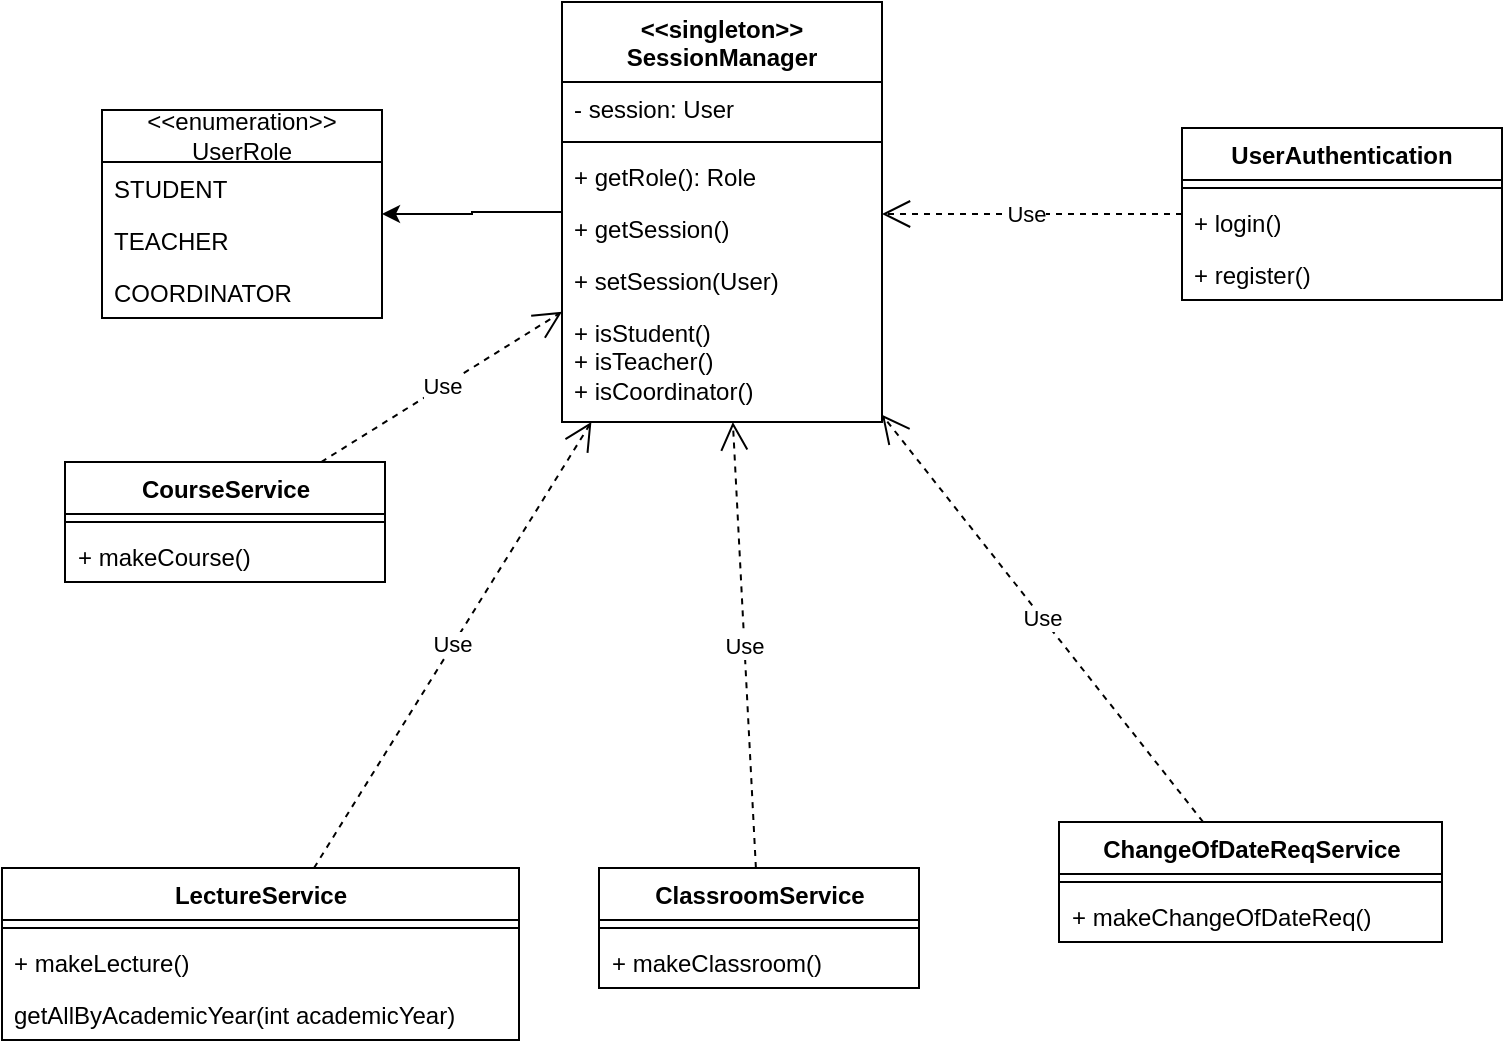
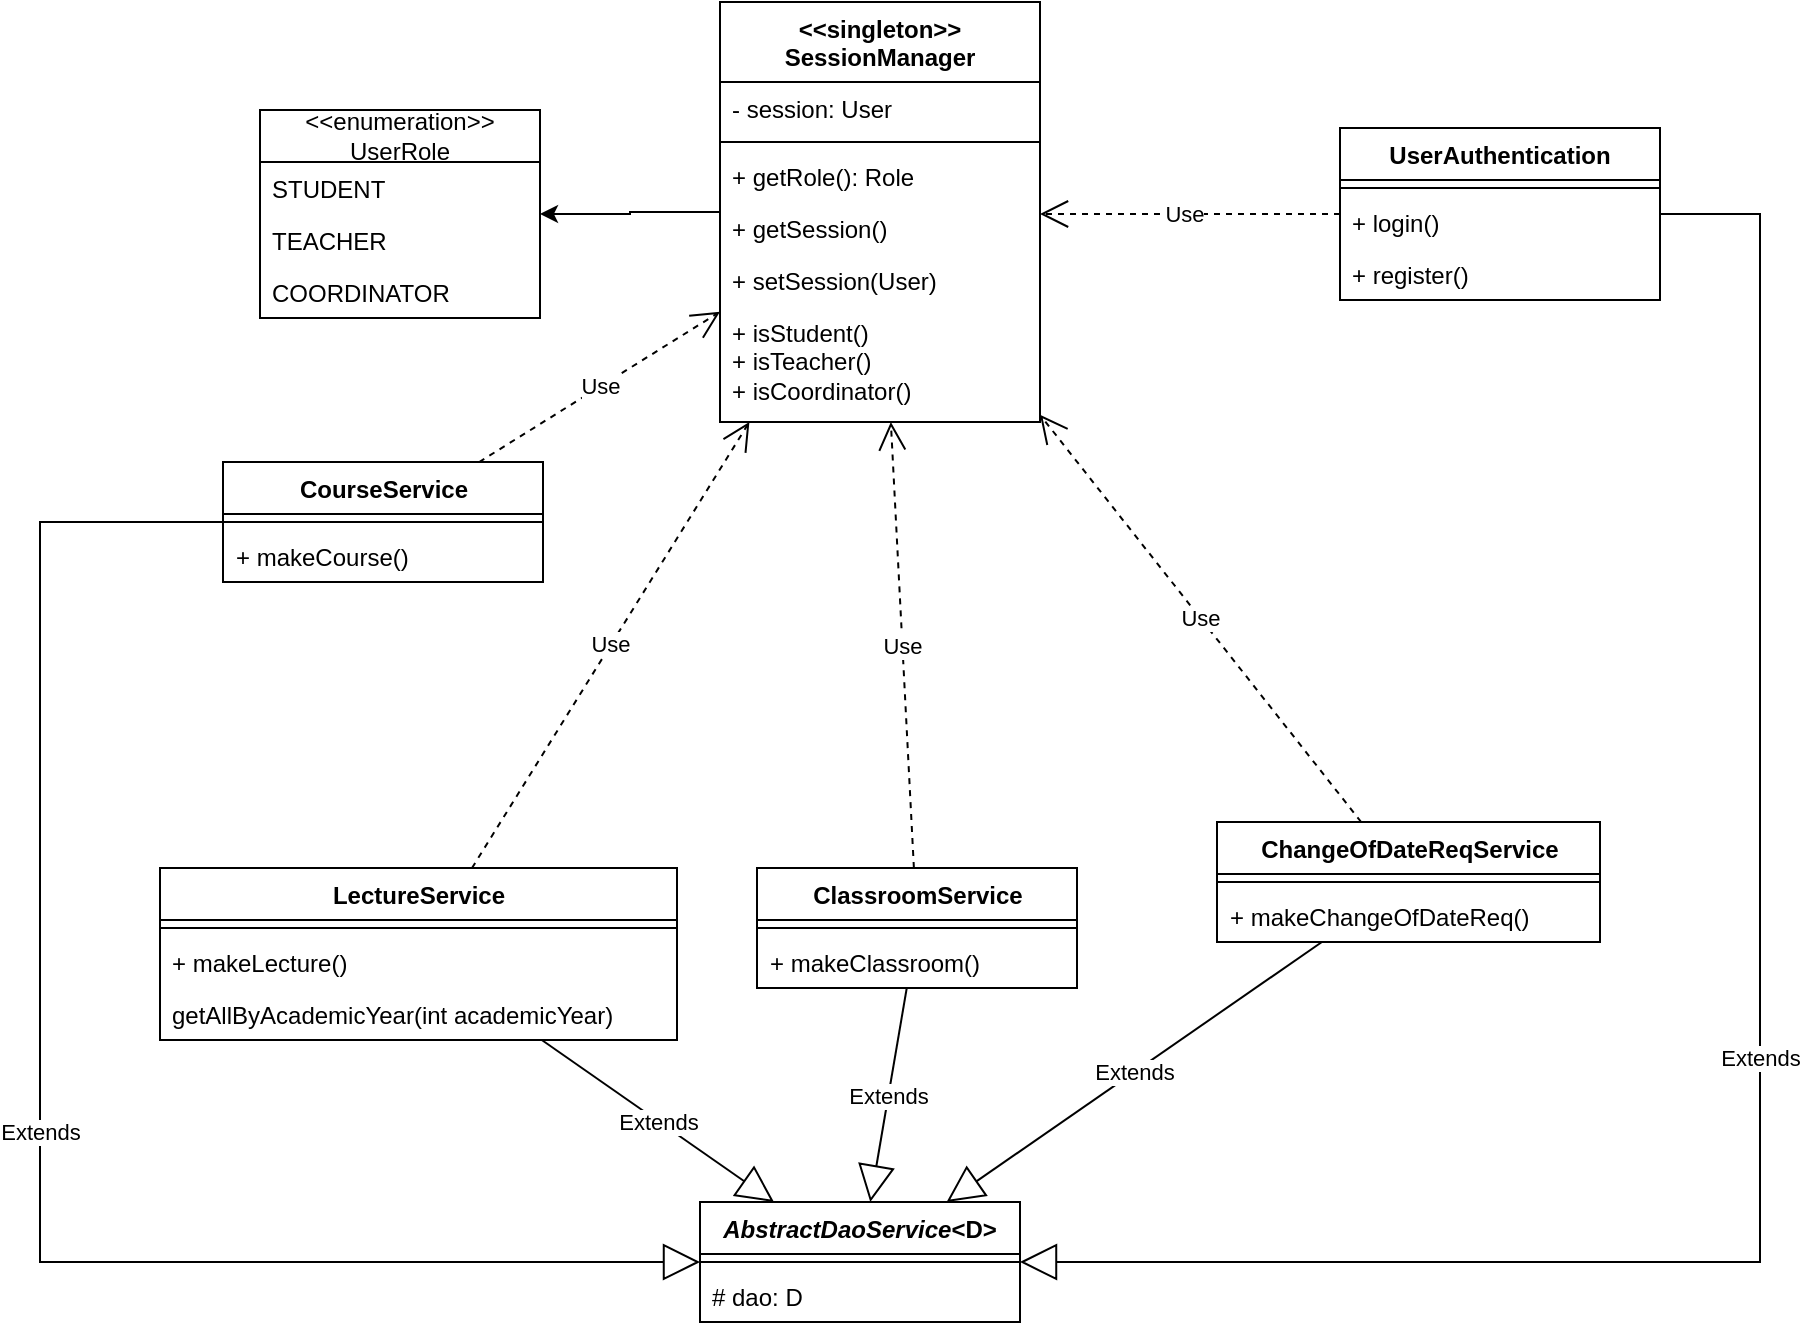
<mxfile host="app.diagrams.net" agent="5.0 (Macintosh; Intel Mac OS X 10_15_7) AppleWebKit/537.36 (KHTML, like Gecko) Chrome/109.0.0.0 Safari/537.36">
  <diagram name="Page-1" id="2YBvvXClWsGukQMizWep">
-     <mxGraphModel dx="1653" dy="1880" grid="1" gridSize="10" guides="1" tooltips="1" connect="1" arrows="1" fold="1" page="1" pageScale="1" pageWidth="850" pageHeight="1100" math="0" shadow="0">
+     <mxGraphModel dx="2321" dy="1924" grid="1" gridSize="10" guides="1" tooltips="1" connect="1" arrows="1" fold="1" page="1" pageScale="1" pageWidth="850" pageHeight="1100" math="0" shadow="0">
      <root>
        <mxCell id="0" />
        <mxCell id="1" parent="0" />
        <mxCell id="c3OOQRYHgm3irvs4XgnJ-5" parent="1" style="swimlane;fontStyle=1;align=center;verticalAlign=top;childLayout=stackLayout;horizontal=1;startSize=26;horizontalStack=0;resizeParent=1;resizeParentMax=0;resizeLast=0;collapsible=1;marginBottom=0;whiteSpace=wrap;html=1;" value="ClassroomService" vertex="1">
          <mxGeometry height="60" width="160" x="308.5" y="303" as="geometry" />
        </mxCell>
        <mxCell id="c3OOQRYHgm3irvs4XgnJ-7" parent="c3OOQRYHgm3irvs4XgnJ-5" style="line;strokeWidth=1;fillColor=none;align=left;verticalAlign=middle;spacingTop=-1;spacingLeft=3;spacingRight=3;rotatable=0;labelPosition=right;points=[];portConstraint=eastwest;strokeColor=inherit;" value="" vertex="1">
          <mxGeometry height="8" width="160" y="26" as="geometry" />
        </mxCell>
        <mxCell id="c3OOQRYHgm3irvs4XgnJ-8" parent="c3OOQRYHgm3irvs4XgnJ-5" style="text;strokeColor=none;fillColor=none;align=left;verticalAlign=top;spacingLeft=4;spacingRight=4;overflow=hidden;rotatable=0;points=[[0,0.5],[1,0.5]];portConstraint=eastwest;whiteSpace=wrap;html=1;" value="+ makeClassroom()" vertex="1">
          <mxGeometry height="26" width="160" y="34" as="geometry" />
        </mxCell>
        <mxCell id="c3OOQRYHgm3irvs4XgnJ-13" parent="1" style="swimlane;fontStyle=1;align=center;verticalAlign=top;childLayout=stackLayout;horizontal=1;startSize=26;horizontalStack=0;resizeParent=1;resizeParentMax=0;resizeLast=0;collapsible=1;marginBottom=0;whiteSpace=wrap;html=1;" value="LectureService" vertex="1">
          <mxGeometry height="86" width="258.5" x="10" y="303" as="geometry" />
        </mxCell>
        <mxCell id="c3OOQRYHgm3irvs4XgnJ-15" parent="c3OOQRYHgm3irvs4XgnJ-13" style="line;strokeWidth=1;fillColor=none;align=left;verticalAlign=middle;spacingTop=-1;spacingLeft=3;spacingRight=3;rotatable=0;labelPosition=right;points=[];portConstraint=eastwest;strokeColor=inherit;" value="" vertex="1">
          <mxGeometry height="8" width="258.5" y="26" as="geometry" />
        </mxCell>
        <mxCell id="c3OOQRYHgm3irvs4XgnJ-16" parent="c3OOQRYHgm3irvs4XgnJ-13" style="text;strokeColor=none;fillColor=none;align=left;verticalAlign=top;spacingLeft=4;spacingRight=4;overflow=hidden;rotatable=0;points=[[0,0.5],[1,0.5]];portConstraint=eastwest;whiteSpace=wrap;html=1;" value="+ makeLecture()" vertex="1">
          <mxGeometry height="26" width="258.5" y="34" as="geometry" />
        </mxCell>
        <mxCell id="OPMdSsy4m8qeCp2Xcq0j-1" parent="c3OOQRYHgm3irvs4XgnJ-13" style="text;strokeColor=none;fillColor=none;align=left;verticalAlign=top;spacingLeft=4;spacingRight=4;overflow=hidden;rotatable=0;points=[[0,0.5],[1,0.5]];portConstraint=eastwest;whiteSpace=wrap;html=1;" value="getAllByAcademicYear(int academicYear)" vertex="1">
          <mxGeometry height="26" width="258.5" y="60" as="geometry" />
        </mxCell>
        <mxCell id="c3OOQRYHgm3irvs4XgnJ-17" parent="1" style="swimlane;fontStyle=1;align=center;verticalAlign=top;childLayout=stackLayout;horizontal=1;startSize=26;horizontalStack=0;resizeParent=1;resizeParentMax=0;resizeLast=0;collapsible=1;marginBottom=0;whiteSpace=wrap;html=1;" value="CourseService" vertex="1">
          <mxGeometry height="60" width="160" x="41.5" y="100" as="geometry" />
        </mxCell>
        <mxCell id="c3OOQRYHgm3irvs4XgnJ-19" parent="c3OOQRYHgm3irvs4XgnJ-17" style="line;strokeWidth=1;fillColor=none;align=left;verticalAlign=middle;spacingTop=-1;spacingLeft=3;spacingRight=3;rotatable=0;labelPosition=right;points=[];portConstraint=eastwest;strokeColor=inherit;" value="" vertex="1">
          <mxGeometry height="8" width="160" y="26" as="geometry" />
        </mxCell>
        <mxCell id="c3OOQRYHgm3irvs4XgnJ-20" parent="c3OOQRYHgm3irvs4XgnJ-17" style="text;strokeColor=none;fillColor=none;align=left;verticalAlign=top;spacingLeft=4;spacingRight=4;overflow=hidden;rotatable=0;points=[[0,0.5],[1,0.5]];portConstraint=eastwest;whiteSpace=wrap;html=1;" value="+ makeCourse()" vertex="1">
          <mxGeometry height="26" width="160" y="34" as="geometry" />
        </mxCell>
        <mxCell id="c3OOQRYHgm3irvs4XgnJ-31" parent="1" style="swimlane;fontStyle=1;align=center;verticalAlign=top;childLayout=stackLayout;horizontal=1;startSize=26;horizontalStack=0;resizeParent=1;resizeParentMax=0;resizeLast=0;collapsible=1;marginBottom=0;whiteSpace=wrap;html=1;" value="ChangeOfDateReqService" vertex="1">
          <mxGeometry height="60" width="191.5" x="538.5" y="280" as="geometry" />
        </mxCell>
        <mxCell id="c3OOQRYHgm3irvs4XgnJ-33" parent="c3OOQRYHgm3irvs4XgnJ-31" style="line;strokeWidth=1;fillColor=none;align=left;verticalAlign=middle;spacingTop=-1;spacingLeft=3;spacingRight=3;rotatable=0;labelPosition=right;points=[];portConstraint=eastwest;strokeColor=inherit;" value="" vertex="1">
          <mxGeometry height="8" width="191.5" y="26" as="geometry" />
        </mxCell>
        <mxCell id="c3OOQRYHgm3irvs4XgnJ-34" parent="c3OOQRYHgm3irvs4XgnJ-31" style="text;strokeColor=none;fillColor=none;align=left;verticalAlign=top;spacingLeft=4;spacingRight=4;overflow=hidden;rotatable=0;points=[[0,0.5],[1,0.5]];portConstraint=eastwest;whiteSpace=wrap;html=1;" value="+ makeChangeOfDateReq()" vertex="1">
          <mxGeometry height="26" width="191.5" y="34" as="geometry" />
        </mxCell>
        <mxCell id="c3OOQRYHgm3irvs4XgnJ-87" edge="1" parent="1" source="c3OOQRYHgm3irvs4XgnJ-60" style="edgeStyle=orthogonalEdgeStyle;rounded=0;orthogonalLoop=1;jettySize=auto;html=1;" target="c3OOQRYHgm3irvs4XgnJ-83">
          <mxGeometry relative="1" as="geometry" />
        </mxCell>
        <mxCell id="c3OOQRYHgm3irvs4XgnJ-60" parent="1" style="swimlane;fontStyle=1;align=center;verticalAlign=top;childLayout=stackLayout;horizontal=1;startSize=40;horizontalStack=0;resizeParent=1;resizeParentMax=0;resizeLast=0;collapsible=1;marginBottom=0;whiteSpace=wrap;html=1;" value="&lt;div&gt;&amp;lt;&amp;lt;singleton&amp;gt;&amp;gt;&lt;/div&gt;&lt;div&gt;SessionManager&lt;/div&gt;" vertex="1">
          <mxGeometry height="210" width="160" x="290" y="-130" as="geometry" />
        </mxCell>
        <mxCell id="c3OOQRYHgm3irvs4XgnJ-61" parent="c3OOQRYHgm3irvs4XgnJ-60" style="text;strokeColor=none;fillColor=none;align=left;verticalAlign=top;spacingLeft=4;spacingRight=4;overflow=hidden;rotatable=0;points=[[0,0.5],[1,0.5]];portConstraint=eastwest;whiteSpace=wrap;html=1;" value="- session: User" vertex="1">
          <mxGeometry height="26" width="160" y="40" as="geometry" />
        </mxCell>
        <mxCell id="c3OOQRYHgm3irvs4XgnJ-62" parent="c3OOQRYHgm3irvs4XgnJ-60" style="line;strokeWidth=1;fillColor=none;align=left;verticalAlign=middle;spacingTop=-1;spacingLeft=3;spacingRight=3;rotatable=0;labelPosition=right;points=[];portConstraint=eastwest;strokeColor=inherit;" value="" vertex="1">
          <mxGeometry height="8" width="160" y="66" as="geometry" />
        </mxCell>
        <mxCell id="c3OOQRYHgm3irvs4XgnJ-82" parent="c3OOQRYHgm3irvs4XgnJ-60" style="text;strokeColor=none;fillColor=none;align=left;verticalAlign=top;spacingLeft=4;spacingRight=4;overflow=hidden;rotatable=0;points=[[0,0.5],[1,0.5]];portConstraint=eastwest;whiteSpace=wrap;html=1;" value="+ getRole(): Role" vertex="1">
          <mxGeometry height="26" width="160" y="74" as="geometry" />
        </mxCell>
        <mxCell id="c3OOQRYHgm3irvs4XgnJ-63" parent="c3OOQRYHgm3irvs4XgnJ-60" style="text;strokeColor=none;fillColor=none;align=left;verticalAlign=top;spacingLeft=4;spacingRight=4;overflow=hidden;rotatable=0;points=[[0,0.5],[1,0.5]];portConstraint=eastwest;whiteSpace=wrap;html=1;" value="+ getSession()" vertex="1">
          <mxGeometry height="26" width="160" y="100" as="geometry" />
        </mxCell>
        <mxCell id="c3OOQRYHgm3irvs4XgnJ-78" parent="c3OOQRYHgm3irvs4XgnJ-60" style="text;strokeColor=none;fillColor=none;align=left;verticalAlign=top;spacingLeft=4;spacingRight=4;overflow=hidden;rotatable=0;points=[[0,0.5],[1,0.5]];portConstraint=eastwest;whiteSpace=wrap;html=1;" value="+ setSession(User)" vertex="1">
          <mxGeometry height="26" width="160" y="126" as="geometry" />
        </mxCell>
        <mxCell id="3TMem2JVMShr2a-YbWjl-6" parent="c3OOQRYHgm3irvs4XgnJ-60" style="text;strokeColor=none;fillColor=none;align=left;verticalAlign=top;spacingLeft=4;spacingRight=4;overflow=hidden;rotatable=0;points=[[0,0.5],[1,0.5]];portConstraint=eastwest;whiteSpace=wrap;html=1;" value="&lt;div&gt;+ isStudent()&lt;/div&gt;&lt;div&gt;+ isTeacher()&lt;/div&gt;&lt;div&gt;+ isCoordinator()&lt;/div&gt;" vertex="1">
          <mxGeometry height="58" width="160" y="152" as="geometry" />
        </mxCell>
        <mxCell id="c3OOQRYHgm3irvs4XgnJ-71" parent="1" style="swimlane;fontStyle=1;align=center;verticalAlign=top;childLayout=stackLayout;horizontal=1;startSize=26;horizontalStack=0;resizeParent=1;resizeParentMax=0;resizeLast=0;collapsible=1;marginBottom=0;whiteSpace=wrap;html=1;" value="UserAuthentication" vertex="1">
          <mxGeometry height="86" width="160" x="600" y="-67" as="geometry" />
        </mxCell>
        <mxCell id="c3OOQRYHgm3irvs4XgnJ-73" parent="c3OOQRYHgm3irvs4XgnJ-71" style="line;strokeWidth=1;fillColor=none;align=left;verticalAlign=middle;spacingTop=-1;spacingLeft=3;spacingRight=3;rotatable=0;labelPosition=right;points=[];portConstraint=eastwest;strokeColor=inherit;" value="" vertex="1">
          <mxGeometry height="8" width="160" y="26" as="geometry" />
        </mxCell>
        <mxCell id="c3OOQRYHgm3irvs4XgnJ-91" parent="c3OOQRYHgm3irvs4XgnJ-71" style="text;strokeColor=none;fillColor=none;align=left;verticalAlign=top;spacingLeft=4;spacingRight=4;overflow=hidden;rotatable=0;points=[[0,0.5],[1,0.5]];portConstraint=eastwest;whiteSpace=wrap;html=1;" value="+ login()" vertex="1">
          <mxGeometry height="26" width="160" y="34" as="geometry" />
        </mxCell>
        <mxCell id="c3OOQRYHgm3irvs4XgnJ-74" parent="c3OOQRYHgm3irvs4XgnJ-71" style="text;strokeColor=none;fillColor=none;align=left;verticalAlign=top;spacingLeft=4;spacingRight=4;overflow=hidden;rotatable=0;points=[[0,0.5],[1,0.5]];portConstraint=eastwest;whiteSpace=wrap;html=1;" value="+ register()" vertex="1">
          <mxGeometry height="26" width="160" y="60" as="geometry" />
        </mxCell>
        <mxCell id="c3OOQRYHgm3irvs4XgnJ-79" edge="1" parent="1" source="c3OOQRYHgm3irvs4XgnJ-71" style="endArrow=open;endSize=12;dashed=1;html=1;rounded=0;edgeStyle=orthogonalEdgeStyle;" target="c3OOQRYHgm3irvs4XgnJ-60" value="Use">
          <mxGeometry relative="1" width="160" x="0.0419" as="geometry">
            <mxPoint as="offset" />
            <Array as="points">
              <mxPoint x="640" y="-24" />
            </Array>
            <mxPoint x="470" y="170" as="sourcePoint" />
            <mxPoint x="630" y="170" as="targetPoint" />
          </mxGeometry>
        </mxCell>
        <mxCell id="c3OOQRYHgm3irvs4XgnJ-83" parent="1" style="swimlane;fontStyle=0;childLayout=stackLayout;horizontal=1;startSize=26;fillColor=none;horizontalStack=0;resizeParent=1;resizeParentMax=0;resizeLast=0;collapsible=1;marginBottom=0;whiteSpace=wrap;html=1;" value="&lt;div&gt;&amp;lt;&amp;lt;enumeration&amp;gt;&amp;gt;&lt;/div&gt;&lt;div&gt;UserRole&lt;/div&gt;" vertex="1">
          <mxGeometry height="104" width="140" x="60" y="-76" as="geometry" />
        </mxCell>
        <mxCell id="c3OOQRYHgm3irvs4XgnJ-84" parent="c3OOQRYHgm3irvs4XgnJ-83" style="text;strokeColor=none;fillColor=none;align=left;verticalAlign=top;spacingLeft=4;spacingRight=4;overflow=hidden;rotatable=0;points=[[0,0.5],[1,0.5]];portConstraint=eastwest;whiteSpace=wrap;html=1;" value="STUDENT" vertex="1">
          <mxGeometry height="26" width="140" y="26" as="geometry" />
        </mxCell>
        <mxCell id="c3OOQRYHgm3irvs4XgnJ-85" parent="c3OOQRYHgm3irvs4XgnJ-83" style="text;strokeColor=none;fillColor=none;align=left;verticalAlign=top;spacingLeft=4;spacingRight=4;overflow=hidden;rotatable=0;points=[[0,0.5],[1,0.5]];portConstraint=eastwest;whiteSpace=wrap;html=1;" value="TEACHER" vertex="1">
          <mxGeometry height="26" width="140" y="52" as="geometry" />
        </mxCell>
        <mxCell id="c3OOQRYHgm3irvs4XgnJ-86" parent="c3OOQRYHgm3irvs4XgnJ-83" style="text;strokeColor=none;fillColor=none;align=left;verticalAlign=top;spacingLeft=4;spacingRight=4;overflow=hidden;rotatable=0;points=[[0,0.5],[1,0.5]];portConstraint=eastwest;whiteSpace=wrap;html=1;" value="COORDINATOR" vertex="1">
          <mxGeometry height="26" width="140" y="78" as="geometry" />
        </mxCell>
        <mxCell id="3TMem2JVMShr2a-YbWjl-2" edge="1" parent="1" source="c3OOQRYHgm3irvs4XgnJ-5" style="endArrow=open;endSize=12;dashed=1;html=1;rounded=0;" target="c3OOQRYHgm3irvs4XgnJ-60" value="Use">
          <mxGeometry relative="1" width="160" as="geometry">
            <mxPoint x="770" y="250" as="sourcePoint" />
            <mxPoint x="930" y="250" as="targetPoint" />
          </mxGeometry>
        </mxCell>
        <mxCell id="3TMem2JVMShr2a-YbWjl-3" edge="1" parent="1" source="c3OOQRYHgm3irvs4XgnJ-31" style="endArrow=open;endSize=12;dashed=1;html=1;rounded=0;" target="c3OOQRYHgm3irvs4XgnJ-60" value="Use">
          <mxGeometry relative="1" width="160" as="geometry">
            <mxPoint x="623" y="371" as="sourcePoint" />
            <mxPoint x="610" y="120" as="targetPoint" />
          </mxGeometry>
        </mxCell>
        <mxCell id="3TMem2JVMShr2a-YbWjl-4" edge="1" parent="1" source="c3OOQRYHgm3irvs4XgnJ-17" style="endArrow=open;endSize=12;dashed=1;html=1;rounded=0;" target="c3OOQRYHgm3irvs4XgnJ-60" value="Use">
          <mxGeometry relative="1" width="160" as="geometry">
            <mxPoint x="954" y="438" as="sourcePoint" />
            <mxPoint x="790" y="210" as="targetPoint" />
          </mxGeometry>
        </mxCell>
        <mxCell id="3TMem2JVMShr2a-YbWjl-5" edge="1" parent="1" source="c3OOQRYHgm3irvs4XgnJ-13" style="endArrow=open;endSize=12;dashed=1;html=1;rounded=0;" target="c3OOQRYHgm3irvs4XgnJ-60" value="Use">
          <mxGeometry relative="1" width="160" as="geometry">
            <mxPoint x="370" y="198" as="sourcePoint" />
            <mxPoint x="502" y="90" as="targetPoint" />
          </mxGeometry>
        </mxCell>
+         <mxCell id="-WEIC0djAgPYQW1XVo1U-1" parent="1" style="swimlane;fontStyle=1;align=center;verticalAlign=top;childLayout=stackLayout;horizontal=1;startSize=26;horizontalStack=0;resizeParent=1;resizeParentMax=0;resizeLast=0;collapsible=1;marginBottom=0;whiteSpace=wrap;html=1;" value="&lt;i&gt;AbstractDaoService&lt;/i&gt;&amp;lt;D&amp;gt;" vertex="1">
+           <mxGeometry height="60" width="160" x="280" y="470" as="geometry" />
+         </mxCell>
+         <mxCell id="-WEIC0djAgPYQW1XVo1U-2" parent="-WEIC0djAgPYQW1XVo1U-1" style="line;strokeWidth=1;fillColor=none;align=left;verticalAlign=middle;spacingTop=-1;spacingLeft=3;spacingRight=3;rotatable=0;labelPosition=right;points=[];portConstraint=eastwest;strokeColor=inherit;" value="" vertex="1">
+           <mxGeometry height="8" width="160" y="26" as="geometry" />
+         </mxCell>
+         <mxCell id="-WEIC0djAgPYQW1XVo1U-3" parent="-WEIC0djAgPYQW1XVo1U-1" style="text;strokeColor=none;fillColor=none;align=left;verticalAlign=top;spacingLeft=4;spacingRight=4;overflow=hidden;rotatable=0;points=[[0,0.5],[1,0.5]];portConstraint=eastwest;whiteSpace=wrap;html=1;" value="# dao: D" vertex="1">
+           <mxGeometry height="26" width="160" y="34" as="geometry" />
+         </mxCell>
+         <mxCell id="-WEIC0djAgPYQW1XVo1U-5" edge="1" parent="1" source="c3OOQRYHgm3irvs4XgnJ-13" style="endArrow=block;endSize=16;endFill=0;html=1;rounded=0;" target="-WEIC0djAgPYQW1XVo1U-1" value="Extends">
+           <mxGeometry relative="1" width="160" as="geometry">
+             <mxPoint x="340" y="270" as="sourcePoint" />
+             <mxPoint x="500" y="270" as="targetPoint" />
+           </mxGeometry>
+         </mxCell>
+         <mxCell id="-WEIC0djAgPYQW1XVo1U-6" edge="1" parent="1" source="c3OOQRYHgm3irvs4XgnJ-71" style="endArrow=block;endSize=16;endFill=0;html=1;rounded=0;edgeStyle=orthogonalEdgeStyle;" target="-WEIC0djAgPYQW1XVo1U-1" value="Extends">
+           <mxGeometry relative="1" width="160" as="geometry">
+             <Array as="points">
+               <mxPoint x="810" y="-24" />
+               <mxPoint x="810" y="500" />
+             </Array>
+             <mxPoint x="580" y="420" as="sourcePoint" />
+             <mxPoint x="696" y="501" as="targetPoint" />
+           </mxGeometry>
+         </mxCell>
+         <mxCell id="-WEIC0djAgPYQW1XVo1U-7" edge="1" parent="1" source="c3OOQRYHgm3irvs4XgnJ-31" style="endArrow=block;endSize=16;endFill=0;html=1;rounded=0;" target="-WEIC0djAgPYQW1XVo1U-1" value="Extends">
+           <mxGeometry relative="1" width="160" as="geometry">
+             <mxPoint x="430" y="450" as="sourcePoint" />
+             <mxPoint x="546" y="531" as="targetPoint" />
+           </mxGeometry>
+         </mxCell>
+         <mxCell id="-WEIC0djAgPYQW1XVo1U-8" edge="1" parent="1" source="c3OOQRYHgm3irvs4XgnJ-5" style="endArrow=block;endSize=16;endFill=0;html=1;rounded=0;" target="-WEIC0djAgPYQW1XVo1U-1" value="Extends">
+           <mxGeometry relative="1" width="160" as="geometry">
+             <mxPoint x="320" y="440" as="sourcePoint" />
+             <mxPoint x="436" y="521" as="targetPoint" />
+           </mxGeometry>
+         </mxCell>
+         <mxCell id="-WEIC0djAgPYQW1XVo1U-9" edge="1" parent="1" source="c3OOQRYHgm3irvs4XgnJ-17" style="endArrow=block;endSize=16;endFill=0;html=1;rounded=0;edgeStyle=orthogonalEdgeStyle;" target="-WEIC0djAgPYQW1XVo1U-1" value="Extends">
+           <mxGeometry relative="1" width="160" as="geometry">
+             <Array as="points">
+               <mxPoint x="-50" y="130" />
+               <mxPoint x="-50" y="500" />
+             </Array>
+             <mxPoint x="990" y="470" as="sourcePoint" />
+             <mxPoint x="670" y="994" as="targetPoint" />
+           </mxGeometry>
+         </mxCell>
      </root>
    </mxGraphModel>
  </diagram>
</mxfile>
